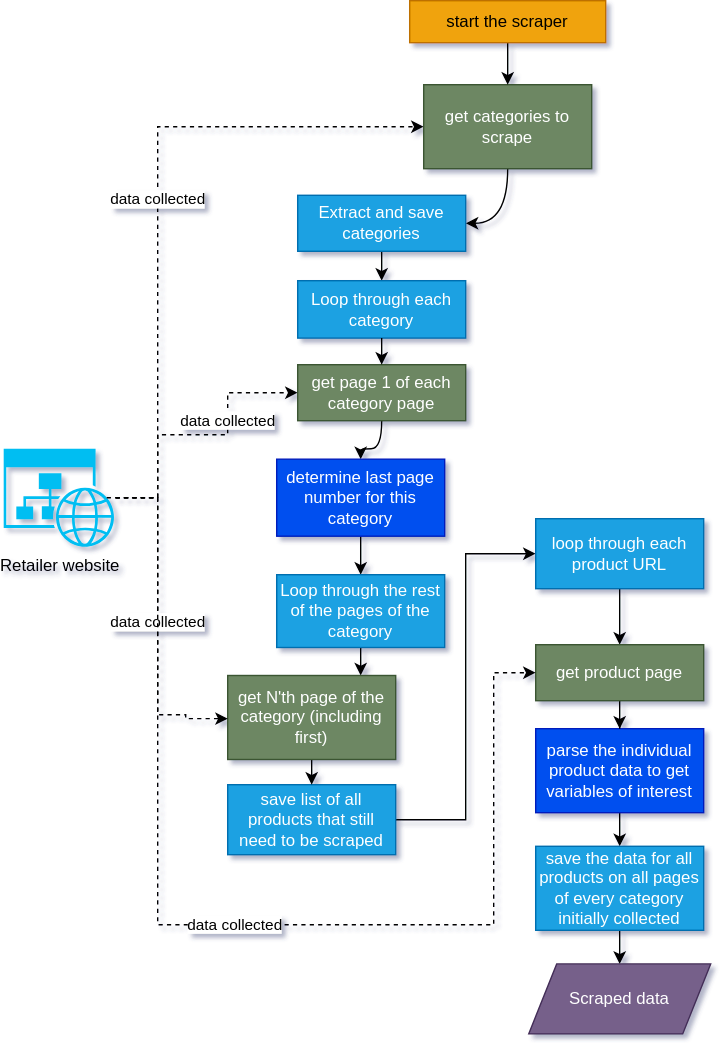
Before: docs/images/mapping-the-overall-raw-process.svg, a diagram exported from draw.io (ESCAP-SD/ESCAP_RAP_class). Source tidied: cells renumbered, new cells last; positions are measured from the earlier drawing's top-left corner, leaving out a move shared by most shapes.
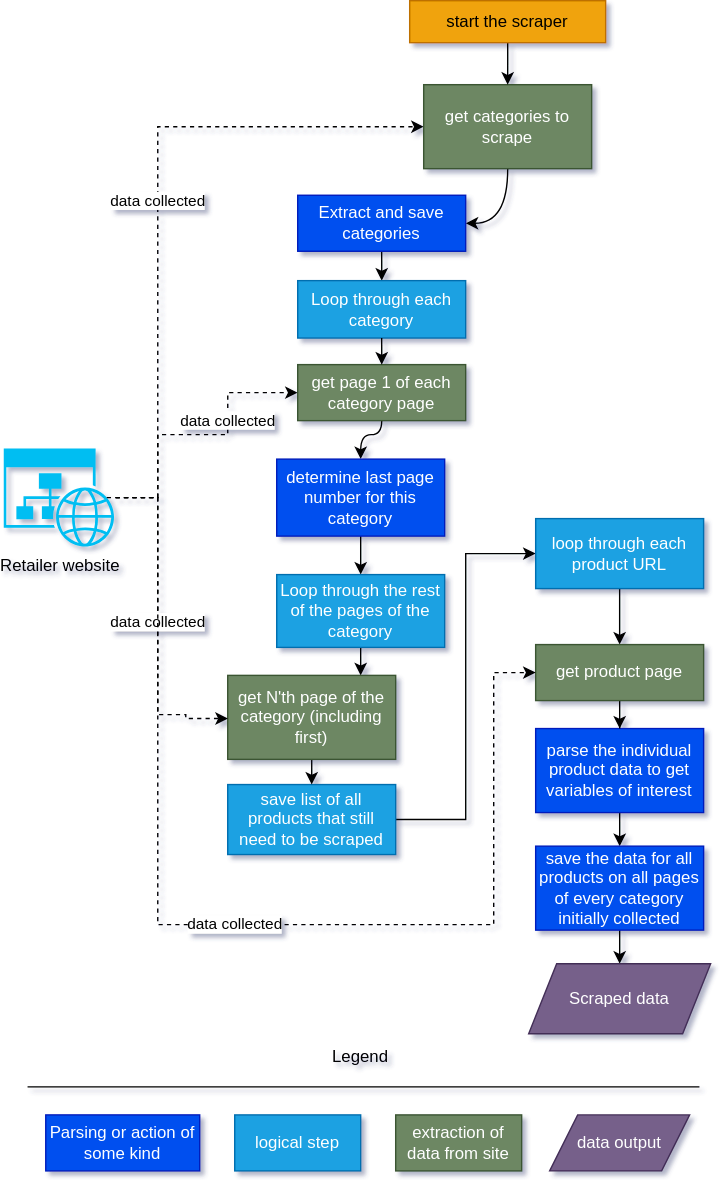
After the change.

Commit message:
finish RAPify process mapping walkthrough

What changed in the source:
```diff
@@ -33,11 +33,16 @@
     <mxCell id="7" style="edgeStyle=orthogonalEdgeStyle;rounded=0;jettySize=auto;html=1;curved=1;exitX=0.5;exitY=1;exitDx=0;exitDy=0;" parent="1" edge="1" source="8" target="27">
       <mxGeometry relative="1" as="geometry" />
     </mxCell>
-    <mxCell id="8" value="Extract and save categories" style="rounded=0;whiteSpace=wrap;html=1;fillColor=#1ba1e2;fontColor=#ffffff;strokeColor=#006EAF;" parent="1" vertex="1">
+    <mxCell id="8" value="Extract and save categories" style="rounded=0;whiteSpace=wrap;html=1;fillColor=#0050ef;fontColor=#ffffff;strokeColor=#001DBC;" parent="1" vertex="1">
       <mxGeometry x="210" y="139" width="120" height="40" as="geometry" />
     </mxCell>
     <mxCell id="9" style="edgeStyle=orthogonalEdgeStyle;rounded=0;jettySize=auto;html=1;curved=1;" parent="1" edge="1" source="10" target="21">
-      <mxGeometry relative="1" as="geometry" />
+      <mxGeometry relative="1" as="geometry">
+        <Array as="points">
+          <mxPoint x="270" y="310" />
+          <mxPoint x="255" y="310" />
+        </Array>
+      </mxGeometry>
     </mxCell>
     <mxCell id="10" value="get page 1 of each category page" style="rounded=0;whiteSpace=wrap;html=1;fillColor=#6d8764;fontColor=#ffffff;strokeColor=#3A5431;" parent="1" vertex="1">
       <mxGeometry x="210" y="260" width="120" height="40" as="geometry" />
@@ -57,7 +62,7 @@
     <mxCell id="15" style="edgeStyle=orthogonalEdgeStyle;rounded=0;jettySize=auto;html=1;" parent="1" edge="1" source="16" target="19">
       <mxGeometry relative="1" as="geometry" />
     </mxCell>
-    <mxCell id="16" value="save the data for all products on all pages of every category initially collected" style="rounded=0;whiteSpace=wrap;html=1;fillColor=#1ba1e2;fontColor=#ffffff;strokeColor=#006EAF;" parent="1" vertex="1">
+    <mxCell id="16" value="save the data for all products on all pages of every category initially collected" style="rounded=0;whiteSpace=wrap;html=1;fillColor=#0050ef;fontColor=#ffffff;strokeColor=#001DBC;" parent="1" vertex="1">
       <mxGeometry x="380" y="604" width="120" height="60" as="geometry" />
     </mxCell>
     <mxCell id="17" style="edgeStyle=orthogonalEdgeStyle;rounded=0;jettySize=auto;html=1;entryX=0.5;entryY=0;entryDx=0;entryDy=0;curved=1;" parent="1" edge="1" source="18" target="6">
@@ -129,5 +134,26 @@
         </Array>
       </mxGeometry>
     </mxCell>
+    <mxCell id="34" value="Parsing or action of some kind" style="rounded=0;whiteSpace=wrap;html=1;fillColor=#0050ef;fontColor=#ffffff;strokeColor=#001DBC;" parent="1" vertex="1">
+      <mxGeometry x="30" y="796" width="110" height="40" as="geometry" />
+    </mxCell>
+    <mxCell id="35" value="logical step" style="rounded=0;whiteSpace=wrap;html=1;fillColor=#1ba1e2;fontColor=#ffffff;strokeColor=#006EAF;" parent="1" vertex="1">
+      <mxGeometry x="165" y="796" width="90" height="40" as="geometry" />
+    </mxCell>
+    <mxCell id="36" value="extraction of data from site" style="rounded=0;whiteSpace=wrap;html=1;fillColor=#6d8764;fontColor=#ffffff;strokeColor=#3A5431;" parent="1" vertex="1">
+      <mxGeometry x="280" y="796" width="90" height="40" as="geometry" />
+    </mxCell>
+    <mxCell id="37" value="data output" style="shape=parallelogram;perimeter=parallelogramPerimeter;whiteSpace=wrap;html=1;fixedSize=1;fillColor=#76608a;fontColor=#ffffff;strokeColor=#432D57;" parent="1" vertex="1">
+      <mxGeometry x="390" y="796" width="100" height="40" as="geometry" />
+    </mxCell>
+    <mxCell id="38" style="endArrow=none;html=1;rounded=0;" parent="1" edge="1">
+      <mxGeometry relative="1" as="geometry">
+        <mxPoint x="17" y="776" as="sourcePoint" />
+        <mxPoint x="497" y="776" as="targetPoint" />
+      </mxGeometry>
+    </mxCell>
+    <mxCell id="39" value="Legend" style="text;html=1;align=center;verticalAlign=middle;whiteSpace=wrap;rounded=0;" parent="1" vertex="1">
+      <mxGeometry x="225" y="740" width="60" height="30" as="geometry" />
+    </mxCell>
   </root>
 </mxGraphModel>
```
